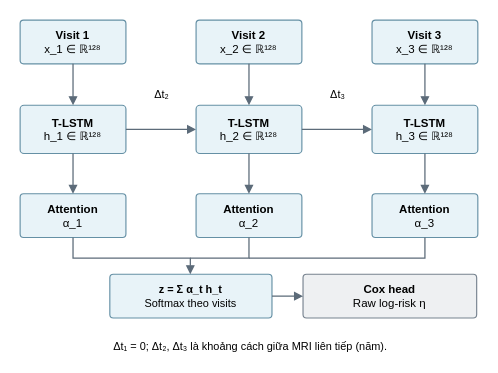
This is figures_source/temporal-model.drawio from moimoi05/kltn, a draw.io file, before an edit. Source tidied: cells renumbered, new cells numbered last; positions are measured from the earlier drawing's top-left corner, leaving out a move shared by most shapes. Both pictures are drawn from the tidied source at 115%, with x=0, y=0 at pixel (20, 20).
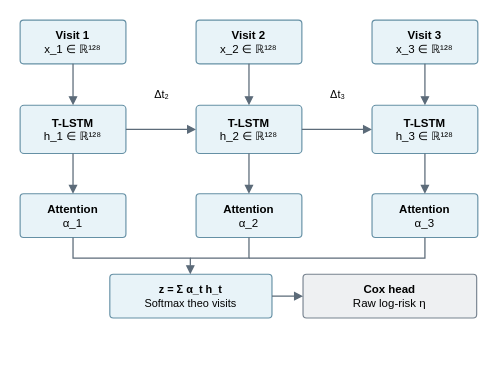
Above is the later version.

Diff of the diagram source:
```diff
@@
-    <mxCell id="27" value="Δt₁ = 0; Δt₂, Δt₃ là khoảng cách giữa MRI liên tiếp (năm)." style="html=1;fontFamily=Arial;fontColor=#000000;whiteSpace=wrap;text;strokeColor=none;fillColor=none;fontSize=9.5;fontStyle=0;align=center;verticalAlign=top;spacing=0;" parent="1" vertex="1">
-      <mxGeometry x="79.6" y="273" width="240.8" height="11.8" as="geometry" />
-    </mxCell>
```
